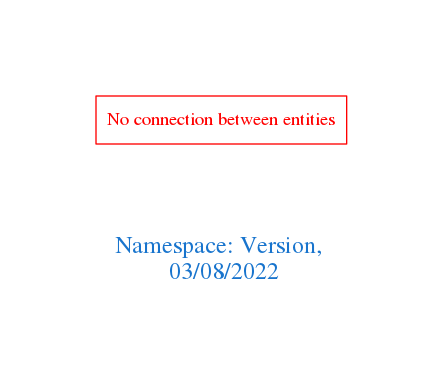
arago/OGIT keeps this Graphviz diagram as downloads/Version.png. Above is the earlier version. Its source is kept beside it as downloads/Version.dot.
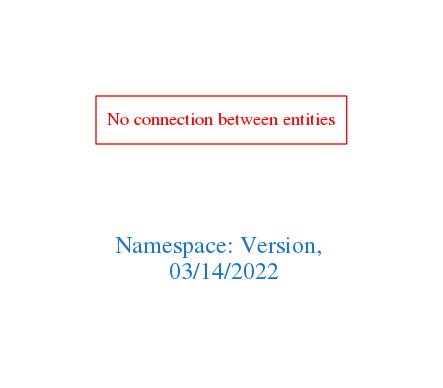
After the commit.

What changed in the source:
```diff
@@ -1,7 +1,7 @@
 digraph OGIT_ontology {
  graph [ rankdir= LR,pad=1
 fontsize = 18,
-fontcolor= dodgerblue3,label = "\n\n\nNamespace: Version, \n 03/08/2022"];
+fontcolor= dodgerblue3,label = "\n\n\nNamespace: Version, \n 03/14/2022"];
 node[shape=polygon];
 edge [  color="gray81"];
 
```
